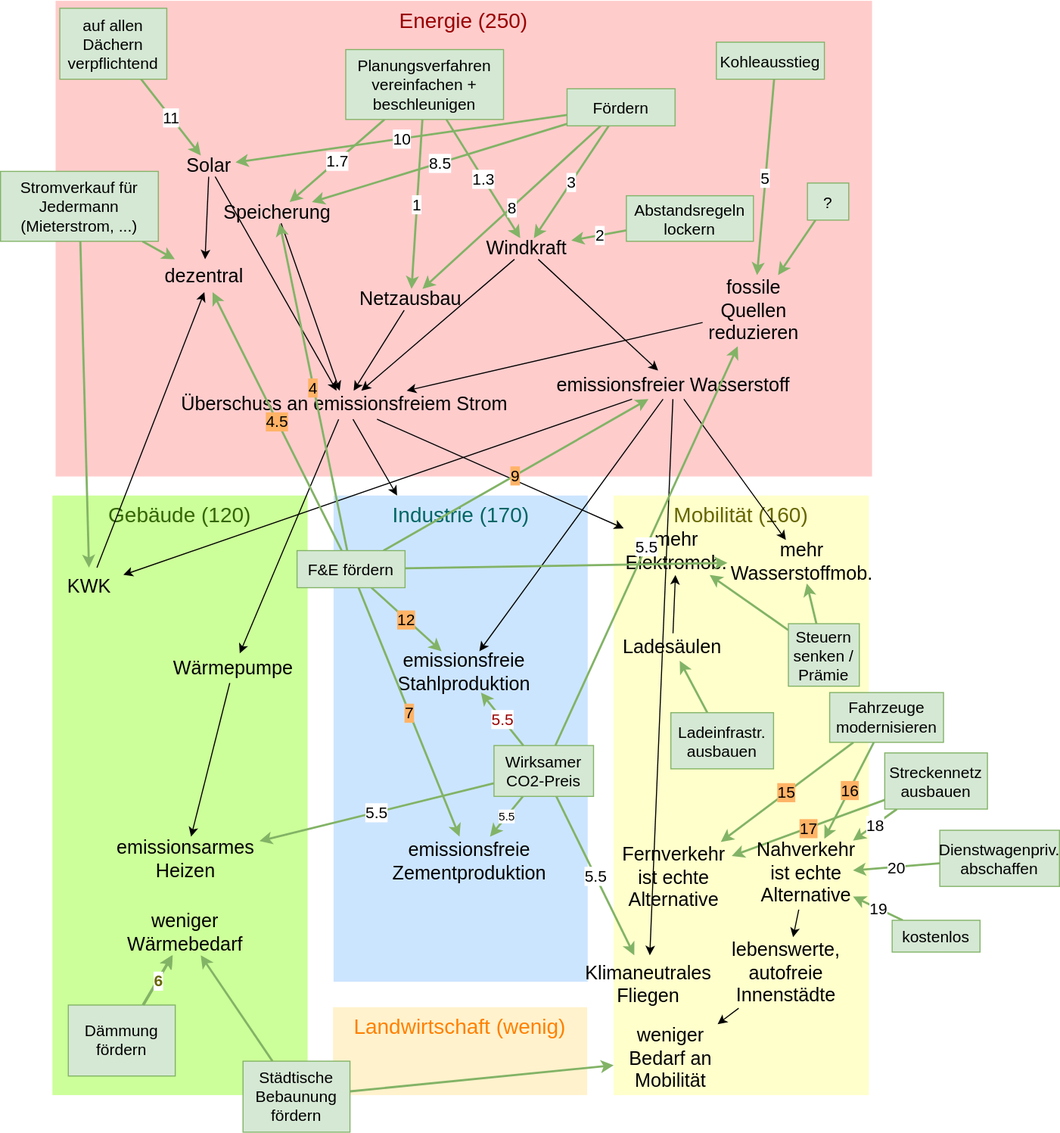
Before: documents/happyPath.drawio.svg, a diagram exported from draw.io (neustartklima/ich-kann-klima). Source tidied: cells renumbered, new cells last; positions are measured from the earlier drawing's top-left corner, leaving out a move shared by most shapes.
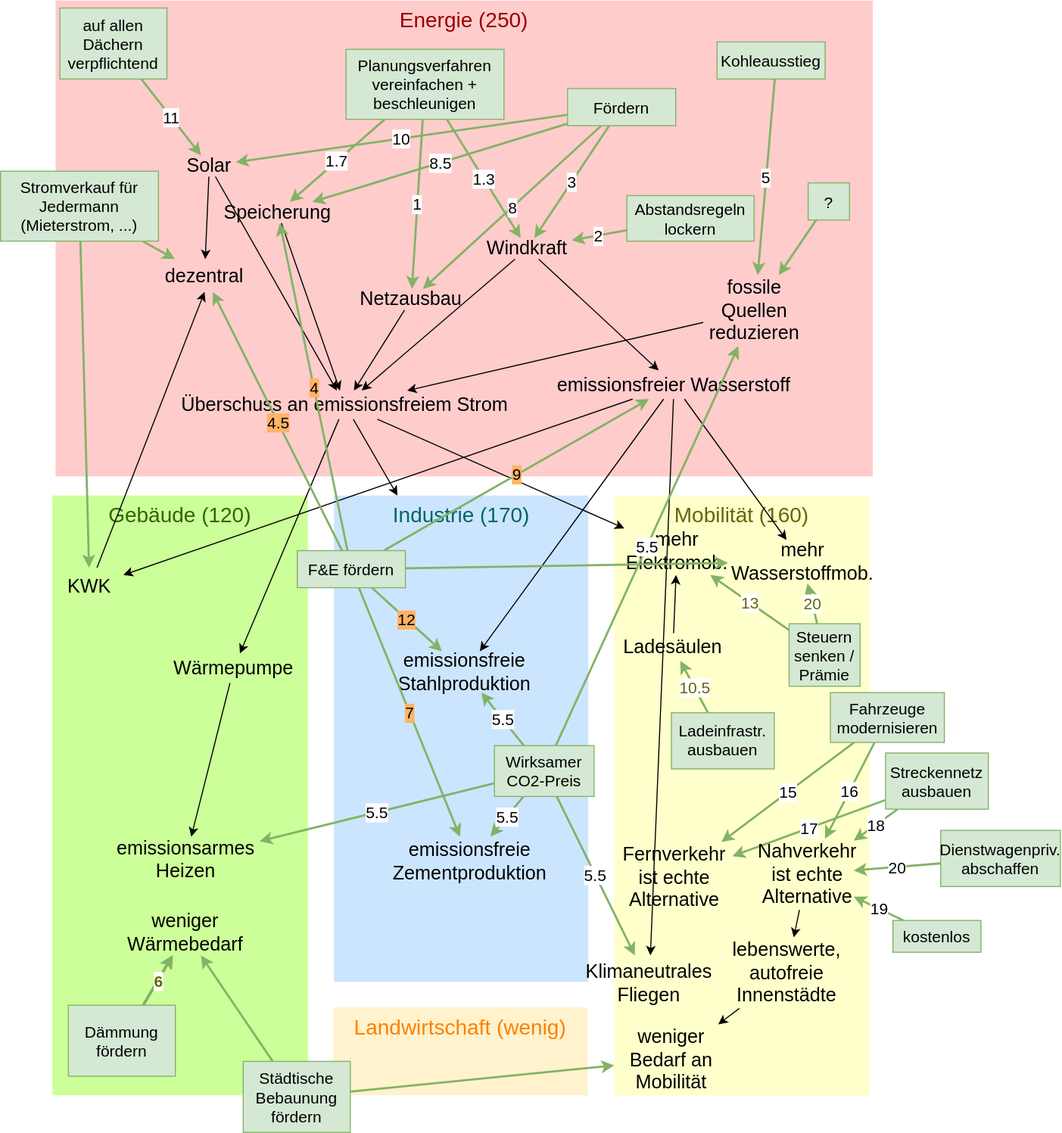
After the change.

Change to the diagram source:
```diff
@@ -116,7 +116,7 @@
     <mxCell id="39" value="?" style="text;html=1;align=center;verticalAlign=middle;whiteSpace=wrap;rounded=0;fontSize=15;perimeterSpacing=0;fillColor=#d5e8d4;strokeColor=#82b366;" parent="1" vertex="1">
       <mxGeometry x="762" y="172" width="39" height="35" as="geometry" />
     </mxCell>
-    <mxCell id="40" value="5.5" style="edgeStyle=none;rounded=0;jettySize=auto;html=1;strokeWidth=2;strokeColor=#82B366;startArrow=none;" parent="1" edge="1" source="43" target="74">
+    <mxCell id="40" value="5.5" style="edgeStyle=none;rounded=0;jettySize=auto;html=1;strokeWidth=2;strokeColor=#82B366;startArrow=none;fontSize=15;" parent="1" edge="1" source="43" target="74">
       <mxGeometry relative="1" as="geometry" />
     </mxCell>
     <mxCell id="41" value="5.5" style="edgeStyle=none;rounded=0;jettySize=auto;html=1;startArrow=none;startFill=0;endArrow=classic;endFill=1;strokeColor=#82B366;strokeWidth=2;fontSize=15;" parent="1" edge="1" source="43" target="77">
@@ -155,7 +155,7 @@
     <mxCell id="52" value="18" style="edgeStyle=none;rounded=0;jettySize=auto;html=1;fontSize=15;strokeColor=#82B366;strokeWidth=2;labelBackgroundColor=#FFFFFF;fontStyle=0;" parent="1" edge="1" source="54" target="56">
       <mxGeometry relative="1" as="geometry" />
     </mxCell>
-    <mxCell id="53" value="17" style="edgeStyle=none;rounded=0;jettySize=auto;html=1;fontSize=15;strokeColor=#82B366;strokeWidth=2;labelBackgroundColor=#FFB366;fontStyle=0;" parent="1" edge="1" source="54" target="72">
+    <mxCell id="53" value="17" style="edgeStyle=none;rounded=0;jettySize=auto;html=1;fontSize=15;strokeColor=#82B366;strokeWidth=2;labelBackgroundColor=#ffffff;fontStyle=0;" parent="1" edge="1" source="54" target="72">
       <mxGeometry relative="1" as="geometry" />
     </mxCell>
     <mxCell id="54" value="Streckennetz ausbauen" style="text;html=1;align=center;verticalAlign=middle;whiteSpace=wrap;rounded=0;fontSize=15;perimeterSpacing=0;fillColor=#d5e8d4;strokeColor=#82b366;" parent="1" vertex="1">
@@ -191,25 +191,25 @@
     <mxCell id="64" value="mehr Wasserstoffmob." style="rounded=0;whiteSpace=wrap;html=1;fontSize=18;strokeColor=none;fillColor=none;" parent="1" vertex="1">
       <mxGeometry x="686.5" y="509" width="140" height="41" as="geometry" />
     </mxCell>
-    <mxCell id="65" style="edgeStyle=none;rounded=0;jettySize=auto;html=1;fontSize=15;fontColor=#666600;strokeColor=#82B366;strokeWidth=2;" parent="1" edge="1" source="97" target="62">
+    <mxCell id="65" value="10.5" style="edgeStyle=none;rounded=0;jettySize=auto;html=1;fontSize=15;fontColor=#666600;strokeColor=#82B366;strokeWidth=2;" parent="1" edge="1" source="97" target="62">
       <mxGeometry relative="1" as="geometry" />
     </mxCell>
-    <mxCell id="66" style="edgeStyle=none;rounded=0;jettySize=auto;html=1;fontSize=15;fontColor=#666600;strokeColor=#82B366;strokeWidth=2;" parent="1" edge="1" source="68" target="61">
+    <mxCell id="66" value="13" style="edgeStyle=none;rounded=0;jettySize=auto;html=1;fontSize=15;fontColor=#666600;strokeColor=#82B366;strokeWidth=2;" parent="1" edge="1" source="68" target="61">
       <mxGeometry relative="1" as="geometry" />
     </mxCell>
-    <mxCell id="67" style="edgeStyle=none;rounded=0;jettySize=auto;html=1;fontSize=15;fontColor=#666600;strokeColor=#82B366;strokeWidth=2;" parent="1" edge="1" source="68" target="64">
+    <mxCell id="67" value="20" style="edgeStyle=none;rounded=0;jettySize=auto;html=1;fontSize=15;fontColor=#666600;strokeColor=#82B366;strokeWidth=2;" parent="1" edge="1" source="68" target="64">
       <mxGeometry relative="1" as="geometry" />
     </mxCell>
     <mxCell id="68" value="Steuern senken / Prämie" style="text;html=1;align=center;verticalAlign=middle;whiteSpace=wrap;rounded=0;fontSize=15;perimeterSpacing=0;fillColor=#d5e8d4;strokeColor=#82b366;" parent="1" vertex="1">
       <mxGeometry x="744" y="588" width="67" height="59" as="geometry" />
     </mxCell>
-    <mxCell id="69" value="15" style="edgeStyle=none;rounded=0;jettySize=auto;html=1;fontSize=15;strokeColor=#82B366;strokeWidth=2;labelBackgroundColor=#FFB366;fontStyle=0;" parent="1" edge="1" source="71" target="72">
+    <mxCell id="69" value="15" style="edgeStyle=none;rounded=0;jettySize=auto;html=1;fontSize=15;strokeColor=#82B366;strokeWidth=2;labelBackgroundColor=#ffffff;fontStyle=0;" parent="1" edge="1" source="71" target="72">
       <mxGeometry relative="1" as="geometry" />
     </mxCell>
-    <mxCell id="70" value="16" style="edgeStyle=none;rounded=0;jettySize=auto;html=1;fontSize=15;strokeColor=#82B366;strokeWidth=2;labelBackgroundColor=#FFB366;fontStyle=0;" parent="1" edge="1" source="71" target="56">
+    <mxCell id="70" value="16" style="edgeStyle=none;rounded=0;jettySize=auto;html=1;fontSize=15;strokeColor=#82B366;strokeWidth=2;labelBackgroundColor=#ffffff;fontStyle=0;" parent="1" edge="1" source="71" target="56">
       <mxGeometry relative="1" as="geometry" />
     </mxCell>
-    <mxCell id="71" value="Fahrzeuge modernisieren" style="text;html=1;align=center;verticalAlign=middle;whiteSpace=wrap;rounded=0;fontSize=15;perimeterSpacing=0;fillColor=#d5e8d4;strokeColor=#82b366;" parent="1" vertex="1">
+    <mxCell id="71" value="Fahrzeuge modernisieren" style="text;html=1;align=center;verticalAlign=middle;whiteSpace=wrap;rounded=0;fontSize=15;perimeterSpacing=0;fillColor=#d5e8d4;strokeColor=#82b366;labelBackgroundColor=none;" parent="1" vertex="1">
       <mxGeometry x="783" y="653" width="107.5" height="47" as="geometry" />
     </mxCell>
     <mxCell id="72" value="Fernverkehr ist echte Alternative" style="rounded=0;whiteSpace=wrap;html=1;fontSize=18;strokeColor=none;fillColor=none;" parent="1" vertex="1">
@@ -221,7 +221,7 @@
     <mxCell id="74" value="emissionsfreie Zementproduktion" style="rounded=0;whiteSpace=wrap;html=1;fontSize=18;strokeColor=none;fillColor=none;" parent="1" vertex="1">
       <mxGeometry x="367" y="789" width="152" height="47" as="geometry" />
     </mxCell>
-    <mxCell id="75" value="5.5" style="edgeStyle=none;rounded=0;jettySize=auto;html=1;fontSize=15;fontColor=#990000;strokeColor=#82B366;strokeWidth=2;" parent="1" edge="1" source="43" target="73">
+    <mxCell id="75" value="5.5" style="edgeStyle=none;rounded=0;jettySize=auto;html=1;fontSize=15;strokeColor=#82B366;strokeWidth=2;" parent="1" edge="1" source="43" target="73">
       <mxGeometry relative="1" as="geometry" />
     </mxCell>
     <mxCell id="76" value="5.5" style="edgeStyle=none;rounded=0;jettySize=auto;html=1;fontSize=15;fontColor=#000000;strokeColor=#82B366;strokeWidth=2;endArrow=classic;startArrow=none;startFill=0;endFill=1;" parent="1" edge="1" source="43" target="35">
```
